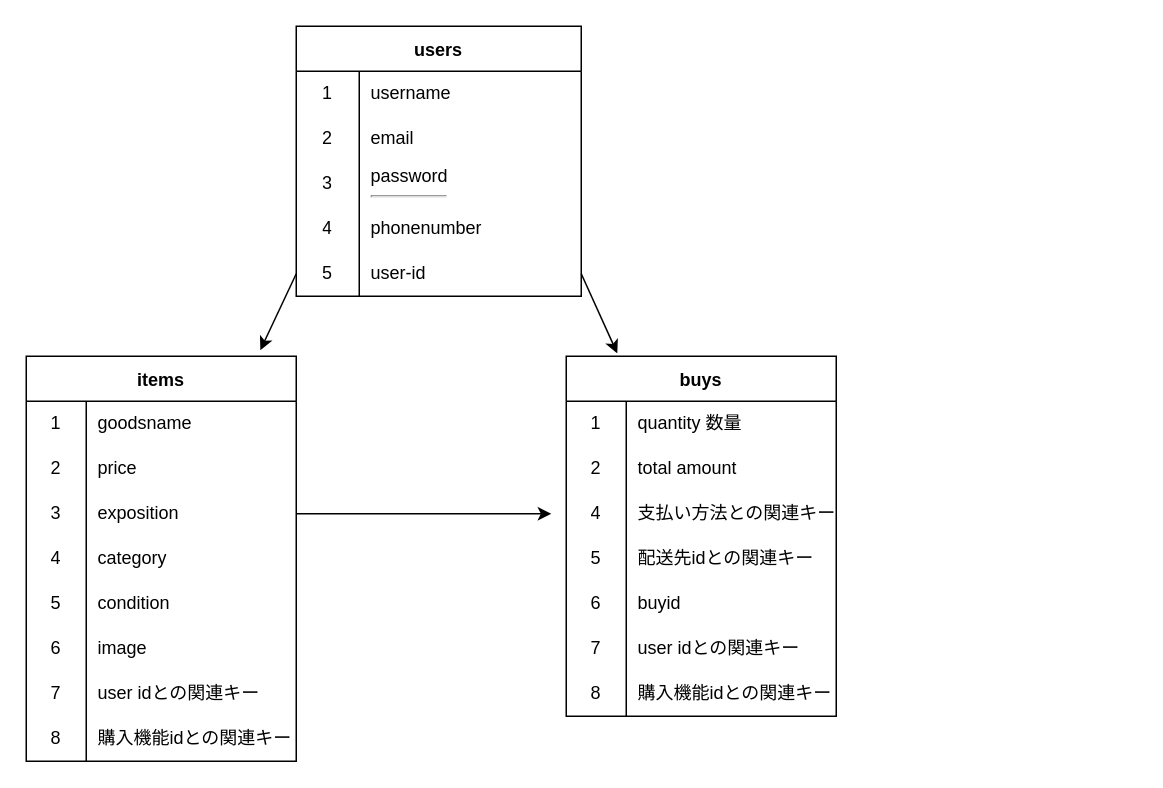
09pipapipa/furima-39971 keeps this draw.io diagram as page "ページ1" (1 of 2) of ER.dio. Above is the earlier version. Source tidied: cells renumbered, new cells numbered last; positions are measured from the earlier drawing's top-left corner, leaving out a move shared by most shapes. Both pictures are drawn from the tidied source at 150%, with x=0, y=0 at pixel (26, 26).
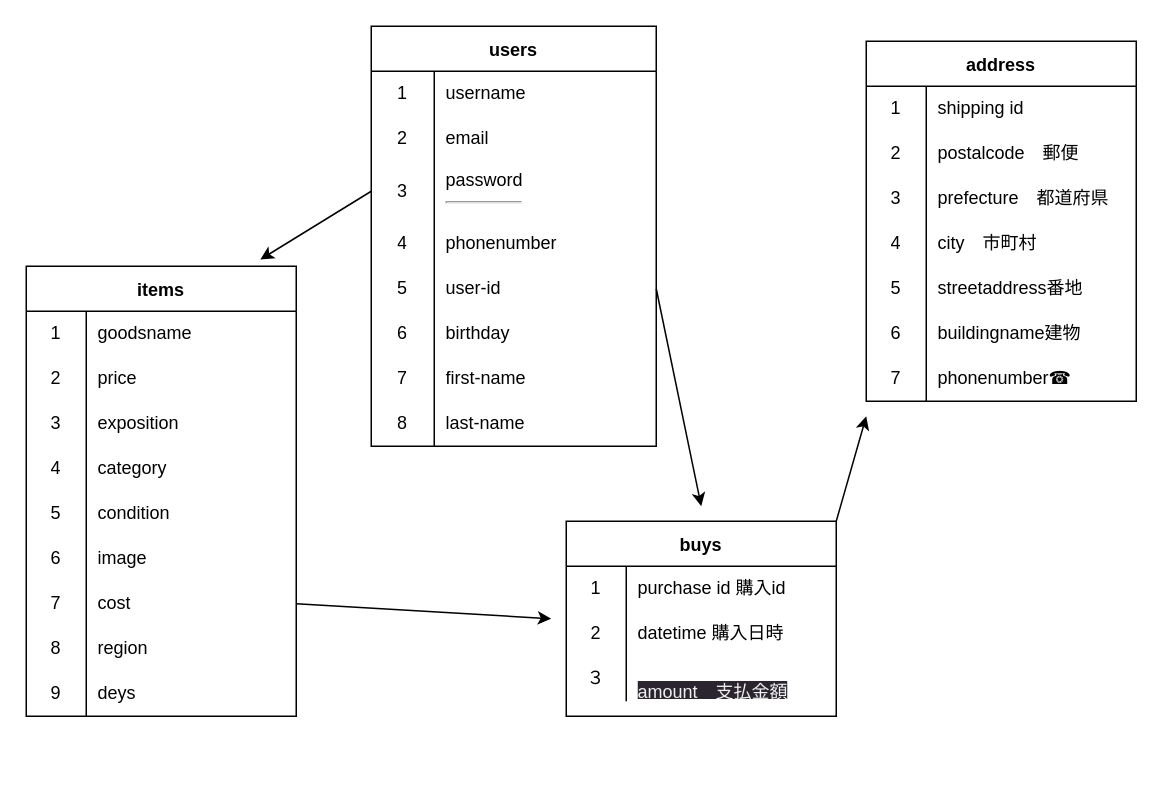
After the change.

Unchanged cells that the change refers to:
```xml
<mxCell id="25" style="shape=tableRow;horizontal=0;startSize=0;swimlaneHead=0;swimlaneBody=0;top=0;left=0;bottom=0;right=0;fillColor=none;points=[[0,0.5],[1,0.5]];portConstraint=eastwest;" parent="18" vertex="1">
  <mxGeometry y="90" width="180" height="30" as="geometry" />
</mxCell>
<mxCell id="40" style="shape=tableRow;horizontal=0;startSize=0;swimlaneHead=0;swimlaneBody=0;top=0;left=0;bottom=0;right=0;fillColor=none;" parent="18" vertex="1">
  <mxGeometry y="240" width="180" height="30" as="geometry" />
</mxCell>
<mxCell id="44" style="shape=tableRow;horizontal=0;startSize=0;swimlaneHead=0;swimlaneBody=0;top=0;left=0;bottom=0;right=0;fillColor=none;" parent="43" vertex="1">
  <mxGeometry y="30" width="180" height="30" as="geometry" />
</mxCell>
<mxCell id="47" style="shape=tableRow;horizontal=0;startSize=0;swimlaneHead=0;swimlaneBody=0;top=0;left=0;bottom=0;right=0;fillColor=none;" parent="43" vertex="1">
  <mxGeometry y="60" width="180" height="30" as="geometry" />
</mxCell>
```

What changed in the source:
```diff
@@
     <mxCell id="2" value="users" style="shape=table;startSize=30;childLayout=tableLayout;rowLines=0;fontStyle=1;" parent="1" vertex="1">
-      <mxGeometry x="180" width="190" height="180" as="geometry" />
+      <mxGeometry x="230" width="190" height="280" as="geometry" />
     </mxCell>
@@
     <mxCell id="9" style="shape=tableRow;horizontal=0;startSize=0;swimlaneHead=0;swimlaneBody=0;top=0;left=0;bottom=0;right=0;fillColor=none;points=[[0,0.5],[1,0.5]];portConstraint=eastwest;" parent="2" vertex="1">
-      <mxGeometry y="90" width="190" height="30" as="geometry" />
+      <mxGeometry y="90" width="190" height="40" as="geometry" />
     </mxCell>
     <mxCell id="10" value="3" style="shape=partialRectangle;html=1;whiteSpace=wrap;fillColor=none;top=0;left=0;bottom=0;right=0;overflow=hidden;" parent="9" vertex="1">
-      <mxGeometry width="42" height="30" as="geometry" />
+      <mxGeometry width="42" height="40" as="geometry" />
     </mxCell>
     <mxCell id="11" value="password&lt;hr&gt;" style="shape=partialRectangle;html=1;whiteSpace=wrap;fillColor=none;top=0;left=0;bottom=0;right=0;align=left;spacingLeft=6;overflow=hidden;" parent="9" vertex="1">
-      <mxGeometry x="42" width="148" height="30" as="geometry" />
+      <mxGeometry x="42" width="148" height="40" as="geometry" />
     </mxCell>
     <mxCell id="12" style="shape=tableRow;horizontal=0;startSize=0;swimlaneHead=0;swimlaneBody=0;top=0;left=0;bottom=0;right=0;fillColor=none;" parent="2" vertex="1">
-      <mxGeometry y="120" width="190" height="30" as="geometry" />
+      <mxGeometry y="130" width="190" height="30" as="geometry" />
     </mxCell>
@@
     <mxCell id="15" style="shape=tableRow;horizontal=0;startSize=0;swimlaneHead=0;swimlaneBody=0;top=0;left=0;bottom=0;right=0;fillColor=none;points=[[0,0.5],[1,0.5]];portConstraint=eastwest;" parent="2" vertex="1">
-      <mxGeometry y="150" width="190" height="30" as="geometry" />
+      <mxGeometry y="160" width="190" height="30" as="geometry" />
     </mxCell>
@@
+    <mxCell id="68" style="shape=tableRow;horizontal=0;startSize=0;swimlaneHead=0;swimlaneBody=0;top=0;left=0;bottom=0;right=0;fillColor=none;" parent="2" vertex="1">
+      <mxGeometry y="190" width="190" height="30" as="geometry" />
+    </mxCell>
+    <mxCell id="69" value="6" style="shape=partialRectangle;html=1;whiteSpace=wrap;fillColor=none;top=0;left=0;bottom=0;right=0;overflow=hidden;" parent="68" vertex="1">
+      <mxGeometry width="42" height="30" as="geometry" />
+    </mxCell>
+    <mxCell id="70" value="birthday" style="shape=partialRectangle;html=1;whiteSpace=wrap;fillColor=none;top=0;left=0;bottom=0;right=0;align=left;spacingLeft=6;overflow=hidden;" parent="68" vertex="1">
+      <mxGeometry x="42" width="148" height="30" as="geometry" />
+    </mxCell>
+    <mxCell id="71" style="shape=tableRow;horizontal=0;startSize=0;swimlaneHead=0;swimlaneBody=0;top=0;left=0;bottom=0;right=0;fillColor=none;" parent="2" vertex="1">
+      <mxGeometry y="220" width="190" height="30" as="geometry" />
+    </mxCell>
+    <mxCell id="72" value="7" style="shape=partialRectangle;html=1;whiteSpace=wrap;fillColor=none;top=0;left=0;bottom=0;right=0;overflow=hidden;" parent="71" vertex="1">
+      <mxGeometry width="42" height="30" as="geometry" />
+    </mxCell>
+    <mxCell id="73" value="first-name" style="shape=partialRectangle;html=1;whiteSpace=wrap;fillColor=none;top=0;left=0;bottom=0;right=0;align=left;spacingLeft=6;overflow=hidden;" parent="71" vertex="1">
+      <mxGeometry x="42" width="148" height="30" as="geometry" />
+    </mxCell>
+    <mxCell id="74" style="shape=tableRow;horizontal=0;startSize=0;swimlaneHead=0;swimlaneBody=0;top=0;left=0;bottom=0;right=0;fillColor=none;" parent="2" vertex="1">
+      <mxGeometry y="250" width="190" height="30" as="geometry" />
+    </mxCell>
+    <mxCell id="75" value="8" style="shape=partialRectangle;html=1;whiteSpace=wrap;fillColor=none;top=0;left=0;bottom=0;right=0;overflow=hidden;" parent="74" vertex="1">
+      <mxGeometry width="42" height="30" as="geometry" />
+    </mxCell>
+    <mxCell id="76" value="last-name" style="shape=partialRectangle;html=1;whiteSpace=wrap;fillColor=none;top=0;left=0;bottom=0;right=0;align=left;spacingLeft=6;overflow=hidden;" parent="74" vertex="1">
+      <mxGeometry x="42" width="148" height="30" as="geometry" />
+    </mxCell>
     <mxCell id="18" value="items" style="shape=table;startSize=30;childLayout=tableLayout;rowLines=0;fontStyle=1;flipH=0;flipV=0;" parent="1" vertex="1">
-      <mxGeometry y="220" width="180" height="270" as="geometry" />
+      <mxGeometry y="160" width="180" height="300" as="geometry" />
     </mxCell>
@@
-    <mxCell id="37" style="shape=tableRow;horizontal=0;startSize=0;swimlaneHead=0;swimlaneBody=0;top=0;left=0;bottom=0;right=0;fillColor=none;" parent="18" vertex="1">
-      <mxGeometry y="210" width="180" height="30" as="geometry" />
-    </mxCell>
-    <mxCell id="38" value="7" style="shape=partialRectangle;html=1;whiteSpace=wrap;fillColor=none;top=0;left=0;bottom=0;right=0;overflow=hidden;" parent="37" vertex="1">
-      <mxGeometry width="40" height="30" as="geometry" />
-    </mxCell>
-    <mxCell id="39" value="user idとの関連キー" style="shape=partialRectangle;html=1;whiteSpace=wrap;fillColor=none;top=0;left=0;bottom=0;right=0;align=left;spacingLeft=6;overflow=hidden;" parent="37" vertex="1">
-      <mxGeometry x="40" width="140" height="30" as="geometry" />
-    </mxCell>
+    <mxCell id="77" style="shape=tableRow;horizontal=0;startSize=0;swimlaneHead=0;swimlaneBody=0;top=0;left=0;bottom=0;right=0;fillColor=none;points=[[0,0.5],[1,0.5]];portConstraint=eastwest;" parent="18" vertex="1">
+      <mxGeometry y="210" width="180" height="30" as="geometry" />
+    </mxCell>
+    <mxCell id="78" value="7" style="shape=partialRectangle;html=1;whiteSpace=wrap;fillColor=none;top=0;left=0;bottom=0;right=0;overflow=hidden;" parent="77" vertex="1">
+      <mxGeometry width="40" height="30" as="geometry" />
+    </mxCell>
+    <mxCell id="79" value="cost" style="shape=partialRectangle;html=1;whiteSpace=wrap;fillColor=none;top=0;left=0;bottom=0;right=0;align=left;spacingLeft=6;overflow=hidden;" parent="77" vertex="1">
+      <mxGeometry x="40" width="140" height="30" as="geometry" />
+    </mxCell>
@@
-    <mxCell id="41" value="8" style="shape=partialRectangle;html=1;whiteSpace=wrap;fillColor=none;top=0;left=0;bottom=0;right=0;overflow=hidden;" parent="40" vertex="1">
-      <mxGeometry width="40" height="30" as="geometry" />
-    </mxCell>
-    <mxCell id="42" value="購入機能idとの関連キー" style="shape=partialRectangle;html=1;whiteSpace=wrap;fillColor=none;top=0;left=0;bottom=0;right=0;align=left;spacingLeft=6;overflow=hidden;" parent="40" vertex="1">
-      <mxGeometry x="40" width="140" height="30" as="geometry" />
-    </mxCell>
+    <mxCell id="80" value="8" style="shape=partialRectangle;html=1;whiteSpace=wrap;fillColor=none;top=0;left=0;bottom=0;right=0;overflow=hidden;" parent="40" vertex="1">
+      <mxGeometry width="40" height="30" as="geometry" />
+    </mxCell>
+    <mxCell id="81" value="region" style="shape=partialRectangle;html=1;whiteSpace=wrap;fillColor=none;top=0;left=0;bottom=0;right=0;align=left;spacingLeft=6;overflow=hidden;" parent="40" vertex="1">
+      <mxGeometry x="40" width="140" height="30" as="geometry" />
+    </mxCell>
+    <mxCell id="82" style="shape=tableRow;horizontal=0;startSize=0;swimlaneHead=0;swimlaneBody=0;top=0;left=0;bottom=0;right=0;fillColor=none;" parent="18" vertex="1">
+      <mxGeometry y="270" width="180" height="30" as="geometry" />
+    </mxCell>
+    <mxCell id="83" value="9" style="shape=partialRectangle;html=1;whiteSpace=wrap;fillColor=none;top=0;left=0;bottom=0;right=0;overflow=hidden;" parent="82" vertex="1">
+      <mxGeometry width="40" height="30" as="geometry" />
+    </mxCell>
+    <mxCell id="84" value="deys" style="shape=partialRectangle;html=1;whiteSpace=wrap;fillColor=none;top=0;left=0;bottom=0;right=0;align=left;spacingLeft=6;overflow=hidden;" parent="82" vertex="1">
+      <mxGeometry x="40" width="140" height="30" as="geometry" />
+    </mxCell>
+    <mxCell id="85" style="edgeStyle=none;html=1;exitX=1;exitY=0;exitDx=0;exitDy=0;" parent="1" edge="1" source="43">
+      <mxGeometry relative="1" as="geometry">
+        <mxPoint x="560" y="260" as="targetPoint" />
+      </mxGeometry>
+    </mxCell>
     <mxCell id="43" value="buys" style="shape=table;startSize=30;childLayout=tableLayout;rowLines=0;fontStyle=1;" parent="1" vertex="1">
-      <mxGeometry x="360" y="220" width="180" height="240" as="geometry" />
+      <mxGeometry x="360" y="330" width="180" height="130" as="geometry" />
     </mxCell>
@@
-    <mxCell id="46" value="quantity 数量" style="shape=partialRectangle;html=1;whiteSpace=wrap;fillColor=none;top=0;left=0;bottom=0;right=0;align=left;spacingLeft=6;overflow=hidden;" parent="44" vertex="1">
+    <mxCell id="46" value="purchase id 購入id" style="shape=partialRectangle;html=1;whiteSpace=wrap;fillColor=none;top=0;left=0;bottom=0;right=0;align=left;spacingLeft=6;overflow=hidden;" parent="44" vertex="1">
       <mxGeometry x="40" width="140" height="30" as="geometry" />
     </mxCell>
@@
-    <mxCell id="49" value="total amount" style="shape=partialRectangle;html=1;whiteSpace=wrap;fillColor=none;top=0;left=0;bottom=0;right=0;align=left;spacingLeft=6;overflow=hidden;" parent="47" vertex="1">
+    <mxCell id="49" value="datetime 購入日時" style="shape=partialRectangle;html=1;whiteSpace=wrap;fillColor=none;top=0;left=0;bottom=0;right=0;align=left;spacingLeft=6;overflow=hidden;" parent="47" vertex="1">
       <mxGeometry x="40" width="140" height="30" as="geometry" />
     </mxCell>
-    <mxCell id="50" style="shape=tableRow;horizontal=0;startSize=0;swimlaneHead=0;swimlaneBody=0;top=0;left=0;bottom=0;right=0;fillColor=none;" parent="43" vertex="1">
-      <mxGeometry y="90" width="180" height="30" as="geometry" />
-    </mxCell>
-    <mxCell id="51" value="4" style="shape=partialRectangle;html=1;whiteSpace=wrap;fillColor=none;top=0;left=0;bottom=0;right=0;overflow=hidden;" parent="50" vertex="1">
-      <mxGeometry width="40" height="30" as="geometry" />
-    </mxCell>
-    <mxCell id="52" value="支払い方法との関連キー" style="shape=partialRectangle;html=1;whiteSpace=wrap;fillColor=none;top=0;left=0;bottom=0;right=0;align=left;spacingLeft=6;overflow=hidden;" parent="50" vertex="1">
-      <mxGeometry x="40" width="140" height="30" as="geometry" />
-    </mxCell>
-    <mxCell id="53" style="shape=tableRow;horizontal=0;startSize=0;swimlaneHead=0;swimlaneBody=0;top=0;left=0;bottom=0;right=0;fillColor=none;" parent="43" vertex="1">
-      <mxGeometry y="120" width="180" height="30" as="geometry" />
-    </mxCell>
-    <mxCell id="54" value="5" style="shape=partialRectangle;html=1;whiteSpace=wrap;fillColor=none;top=0;left=0;bottom=0;right=0;overflow=hidden;" parent="53" vertex="1">
-      <mxGeometry width="40" height="30" as="geometry" />
-    </mxCell>
-    <mxCell id="55" value="配送先idとの関連キー" style="shape=partialRectangle;html=1;whiteSpace=wrap;fillColor=none;top=0;left=0;bottom=0;right=0;align=left;spacingLeft=6;overflow=hidden;" parent="53" vertex="1">
-      <mxGeometry x="40" width="140" height="30" as="geometry" />
-    </mxCell>
-    <mxCell id="56" style="shape=tableRow;horizontal=0;startSize=0;swimlaneHead=0;swimlaneBody=0;top=0;left=0;bottom=0;right=0;fillColor=none;" parent="43" vertex="1">
-      <mxGeometry y="150" width="180" height="30" as="geometry" />
-    </mxCell>
-    <mxCell id="57" value="6" style="shape=partialRectangle;html=1;whiteSpace=wrap;fillColor=none;top=0;left=0;bottom=0;right=0;overflow=hidden;" parent="56" vertex="1">
-      <mxGeometry width="40" height="30" as="geometry" />
-    </mxCell>
-    <mxCell id="58" value="buyid" style="shape=partialRectangle;html=1;whiteSpace=wrap;fillColor=none;top=0;left=0;bottom=0;right=0;align=left;spacingLeft=6;overflow=hidden;" parent="56" vertex="1">
-      <mxGeometry x="40" width="140" height="30" as="geometry" />
-    </mxCell>
-    <mxCell id="59" style="shape=tableRow;horizontal=0;startSize=0;swimlaneHead=0;swimlaneBody=0;top=0;left=0;bottom=0;right=0;fillColor=none;" parent="43" vertex="1">
-      <mxGeometry y="180" width="180" height="30" as="geometry" />
-    </mxCell>
-    <mxCell id="60" value="7" style="shape=partialRectangle;html=1;whiteSpace=wrap;fillColor=none;top=0;left=0;bottom=0;right=0;overflow=hidden;" parent="59" vertex="1">
-      <mxGeometry width="40" height="30" as="geometry" />
-    </mxCell>
-    <mxCell id="61" value="user idとの関連キー" style="shape=partialRectangle;html=1;whiteSpace=wrap;fillColor=none;top=0;left=0;bottom=0;right=0;align=left;spacingLeft=6;overflow=hidden;" parent="59" vertex="1">
-      <mxGeometry x="40" width="140" height="30" as="geometry" />
-    </mxCell>
-    <mxCell id="62" style="shape=tableRow;horizontal=0;startSize=0;swimlaneHead=0;swimlaneBody=0;top=0;left=0;bottom=0;right=0;fillColor=none;" parent="43" vertex="1">
-      <mxGeometry y="210" width="180" height="30" as="geometry" />
-    </mxCell>
-    <mxCell id="63" value="8" style="shape=partialRectangle;html=1;whiteSpace=wrap;fillColor=none;top=0;left=0;bottom=0;right=0;overflow=hidden;" parent="62" vertex="1">
-      <mxGeometry width="40" height="30" as="geometry" />
-    </mxCell>
-    <mxCell id="64" value="購入機能idとの関連キー" style="shape=partialRectangle;html=1;whiteSpace=wrap;fillColor=none;top=0;left=0;bottom=0;right=0;align=left;spacingLeft=6;overflow=hidden;" parent="62" vertex="1">
-      <mxGeometry x="40" width="140" height="30" as="geometry" />
-    </mxCell>
+    <mxCell id="86" style="shape=tableRow;horizontal=0;startSize=0;swimlaneHead=0;swimlaneBody=0;top=0;left=0;bottom=0;right=0;fillColor=none;" parent="43" vertex="1">
+      <mxGeometry y="90" width="180" height="30" as="geometry" />
+    </mxCell>
+    <mxCell id="87" value="３" style="shape=partialRectangle;html=1;whiteSpace=wrap;fillColor=none;top=0;left=0;bottom=0;right=0;overflow=hidden;" parent="86" vertex="1">
+      <mxGeometry width="40" height="30" as="geometry" />
+    </mxCell>
+    <mxCell id="88" value="&#10;&lt;span style=&quot;color: rgb(240, 240, 240); font-family: Helvetica; font-size: 12px; font-style: normal; font-variant-ligatures: normal; font-variant-caps: normal; font-weight: 400; letter-spacing: normal; orphans: 2; text-align: left; text-indent: 0px; text-transform: none; widows: 2; word-spacing: 0px; -webkit-text-stroke-width: 0px; background-color: rgb(42, 37, 47); text-decoration-thickness: initial; text-decoration-style: initial; text-decoration-color: initial; float: none; display: inline !important;&quot;&gt;amount　支払金額&lt;/span&gt;&#10;&#10;" style="shape=partialRectangle;html=1;whiteSpace=wrap;fillColor=none;top=0;left=0;bottom=0;right=0;align=left;spacingLeft=6;overflow=hidden;" parent="86" vertex="1">
+      <mxGeometry x="40" width="140" height="30" as="geometry" />
+    </mxCell>
-    <mxCell id="65" style="edgeStyle=none;html=1;exitX=0;exitY=0.5;exitDx=0;exitDy=0;entryX=0.867;entryY=-0.015;entryDx=0;entryDy=0;entryPerimeter=0;" parent="1" edge="1" source="15" target="18">
+    <mxCell id="65" style="edgeStyle=none;html=1;exitX=0;exitY=0.5;exitDx=0;exitDy=0;entryX=0.867;entryY=-0.015;entryDx=0;entryDy=0;entryPerimeter=0;" parent="1" edge="1" source="9" target="18">
       <mxGeometry relative="1" as="geometry" />
     </mxCell>
-    <mxCell id="66" style="edgeStyle=none;html=1;exitX=1;exitY=0.5;exitDx=0;exitDy=0;" parent="1" edge="1" source="25">
+    <mxCell id="66" style="edgeStyle=none;html=1;exitX=1;exitY=0.5;exitDx=0;exitDy=0;" parent="1" edge="1" source="77">
       <mxGeometry relative="1" as="geometry">
-        <mxPoint x="350" y="325" as="targetPoint" />
+        <mxPoint x="350" y="395" as="targetPoint" />
       </mxGeometry>
     </mxCell>
-    <mxCell id="67" style="edgeStyle=none;html=1;exitX=1;exitY=0.5;exitDx=0;exitDy=0;entryX=0.189;entryY=-0.008;entryDx=0;entryDy=0;entryPerimeter=0;" parent="1" edge="1" source="15" target="43">
-      <mxGeometry relative="1" as="geometry" />
+    <mxCell id="67" style="edgeStyle=none;html=1;exitX=1;exitY=0.5;exitDx=0;exitDy=0;" parent="1" edge="1" source="15">
+      <mxGeometry relative="1" as="geometry">
+        <mxPoint x="450" y="320" as="targetPoint" />
+      </mxGeometry>
     </mxCell>
+    <mxCell id="89" value="address" style="shape=table;startSize=30;childLayout=tableLayout;rowLines=0;fontStyle=1;" parent="1" vertex="1">
+      <mxGeometry x="560" y="10" width="180" height="240" as="geometry" />
+    </mxCell>
+    <mxCell id="90" style="shape=tableRow;horizontal=0;startSize=0;swimlaneHead=0;swimlaneBody=0;top=0;left=0;bottom=0;right=0;fillColor=none;" parent="89" vertex="1">
+      <mxGeometry y="30" width="180" height="30" as="geometry" />
+    </mxCell>
+    <mxCell id="91" value="1" style="shape=partialRectangle;html=1;whiteSpace=wrap;fillColor=none;top=0;left=0;bottom=0;right=0;overflow=hidden;" parent="90" vertex="1">
+      <mxGeometry width="40" height="30" as="geometry" />
+    </mxCell>
+    <mxCell id="92" value="shipping id" style="shape=partialRectangle;html=1;whiteSpace=wrap;fillColor=none;top=0;left=0;bottom=0;right=0;align=left;spacingLeft=6;overflow=hidden;" parent="90" vertex="1">
+      <mxGeometry x="40" width="140" height="30" as="geometry" />
+    </mxCell>
+    <mxCell id="93" style="shape=tableRow;horizontal=0;startSize=0;swimlaneHead=0;swimlaneBody=0;top=0;left=0;bottom=0;right=0;fillColor=none;" parent="89" vertex="1">
+      <mxGeometry y="60" width="180" height="30" as="geometry" />
+    </mxCell>
+    <mxCell id="94" value="2" style="shape=partialRectangle;html=1;whiteSpace=wrap;fillColor=none;top=0;left=0;bottom=0;right=0;overflow=hidden;" parent="93" vertex="1">
+      <mxGeometry width="40" height="30" as="geometry" />
+    </mxCell>
+    <mxCell id="95" value="postalcode　郵便" style="shape=partialRectangle;html=1;whiteSpace=wrap;fillColor=none;top=0;left=0;bottom=0;right=0;align=left;spacingLeft=6;overflow=hidden;" parent="93" vertex="1">
+      <mxGeometry x="40" width="140" height="30" as="geometry" />
+    </mxCell>
+    <mxCell id="96" style="shape=tableRow;horizontal=0;startSize=0;swimlaneHead=0;swimlaneBody=0;top=0;left=0;bottom=0;right=0;fillColor=none;" parent="89" vertex="1">
+      <mxGeometry y="90" width="180" height="30" as="geometry" />
+    </mxCell>
+    <mxCell id="97" value="3" style="shape=partialRectangle;html=1;whiteSpace=wrap;fillColor=none;top=0;left=0;bottom=0;right=0;overflow=hidden;" parent="96" vertex="1">
+      <mxGeometry width="40" height="30" as="geometry" />
+    </mxCell>
+    <mxCell id="98" value="prefecture　都道府県" style="shape=partialRectangle;html=1;whiteSpace=wrap;fillColor=none;top=0;left=0;bottom=0;right=0;align=left;spacingLeft=6;overflow=hidden;" parent="96" vertex="1">
+      <mxGeometry x="40" width="140" height="30" as="geometry" />
+    </mxCell>
+    <mxCell id="53" style="shape=tableRow;horizontal=0;startSize=0;swimlaneHead=0;swimlaneBody=0;top=0;left=0;bottom=0;right=0;fillColor=none;" parent="89" vertex="1">
+      <mxGeometry y="120" width="180" height="30" as="geometry" />
+    </mxCell>
+    <mxCell id="51" value="4" style="shape=partialRectangle;html=1;whiteSpace=wrap;fillColor=none;top=0;left=0;bottom=0;right=0;overflow=hidden;" parent="53" vertex="1">
+      <mxGeometry width="40" height="30" as="geometry" />
+    </mxCell>
+    <mxCell id="99" value="city　市町村" style="shape=partialRectangle;html=1;whiteSpace=wrap;fillColor=none;top=0;left=0;bottom=0;right=0;align=left;spacingLeft=6;overflow=hidden;" parent="53" vertex="1">
+      <mxGeometry x="40" width="140" height="30" as="geometry" />
+    </mxCell>
+    <mxCell id="56" style="shape=tableRow;horizontal=0;startSize=0;swimlaneHead=0;swimlaneBody=0;top=0;left=0;bottom=0;right=0;fillColor=none;" parent="89" vertex="1">
+      <mxGeometry y="150" width="180" height="30" as="geometry" />
+    </mxCell>
+    <mxCell id="54" value="5" style="shape=partialRectangle;html=1;whiteSpace=wrap;fillColor=none;top=0;left=0;bottom=0;right=0;overflow=hidden;" parent="56" vertex="1">
+      <mxGeometry width="40" height="30" as="geometry" />
+    </mxCell>
+    <mxCell id="100" value="streetaddress番地" style="shape=partialRectangle;html=1;whiteSpace=wrap;fillColor=none;top=0;left=0;bottom=0;right=0;align=left;spacingLeft=6;overflow=hidden;" parent="56" vertex="1">
+      <mxGeometry x="40" width="140" height="30" as="geometry" />
+    </mxCell>
+    <mxCell id="59" style="shape=tableRow;horizontal=0;startSize=0;swimlaneHead=0;swimlaneBody=0;top=0;left=0;bottom=0;right=0;fillColor=none;" parent="89" vertex="1">
+      <mxGeometry y="180" width="180" height="30" as="geometry" />
+    </mxCell>
+    <mxCell id="57" value="6" style="shape=partialRectangle;html=1;whiteSpace=wrap;fillColor=none;top=0;left=0;bottom=0;right=0;overflow=hidden;" parent="59" vertex="1">
+      <mxGeometry width="40" height="30" as="geometry" />
+    </mxCell>
+    <mxCell id="101" value="buildingname建物" style="shape=partialRectangle;html=1;whiteSpace=wrap;fillColor=none;top=0;left=0;bottom=0;right=0;align=left;spacingLeft=6;overflow=hidden;" parent="59" vertex="1">
+      <mxGeometry x="40" width="140" height="30" as="geometry" />
+    </mxCell>
+    <mxCell id="102" style="shape=tableRow;horizontal=0;startSize=0;swimlaneHead=0;swimlaneBody=0;top=0;left=0;bottom=0;right=0;fillColor=none;" parent="89" vertex="1">
+      <mxGeometry y="210" width="180" height="30" as="geometry" />
+    </mxCell>
+    <mxCell id="103" value="7" style="shape=partialRectangle;html=1;whiteSpace=wrap;fillColor=none;top=0;left=0;bottom=0;right=0;overflow=hidden;" parent="102" vertex="1">
+      <mxGeometry width="40" height="30" as="geometry" />
+    </mxCell>
+    <mxCell id="104" value="phonenumber☎" style="shape=partialRectangle;html=1;whiteSpace=wrap;fillColor=none;top=0;left=0;bottom=0;right=0;align=left;spacingLeft=6;overflow=hidden;" parent="102" vertex="1">
+      <mxGeometry x="40" width="140" height="30" as="geometry" />
+    </mxCell>
```
